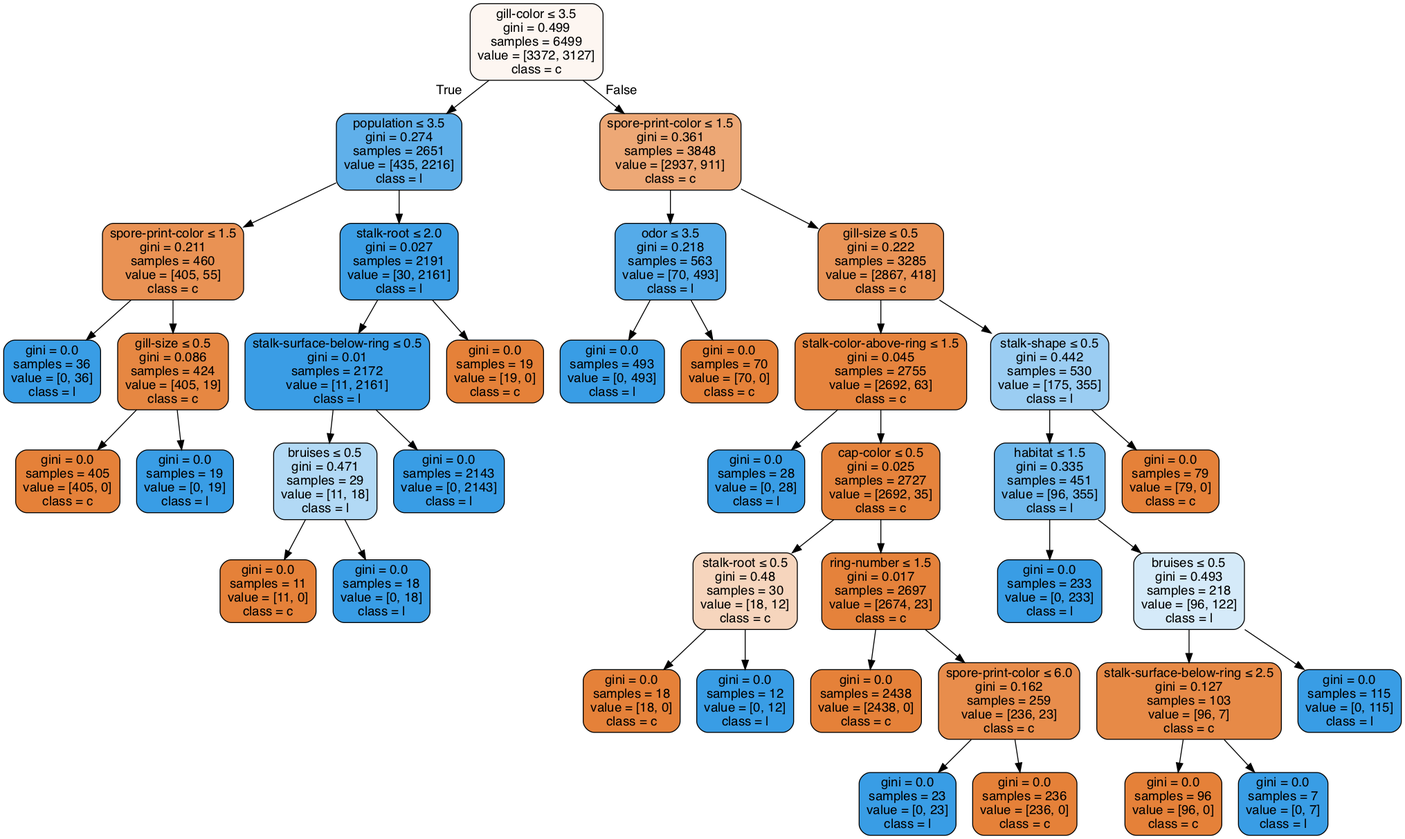
Before: Lab02/clf-max-depth-None.gv.png, a diagram exported from Graphviz (anhle199/Intro2AI-HCMUS). Its source is kept beside it as Lab02/clf-max-depth-None.gv.
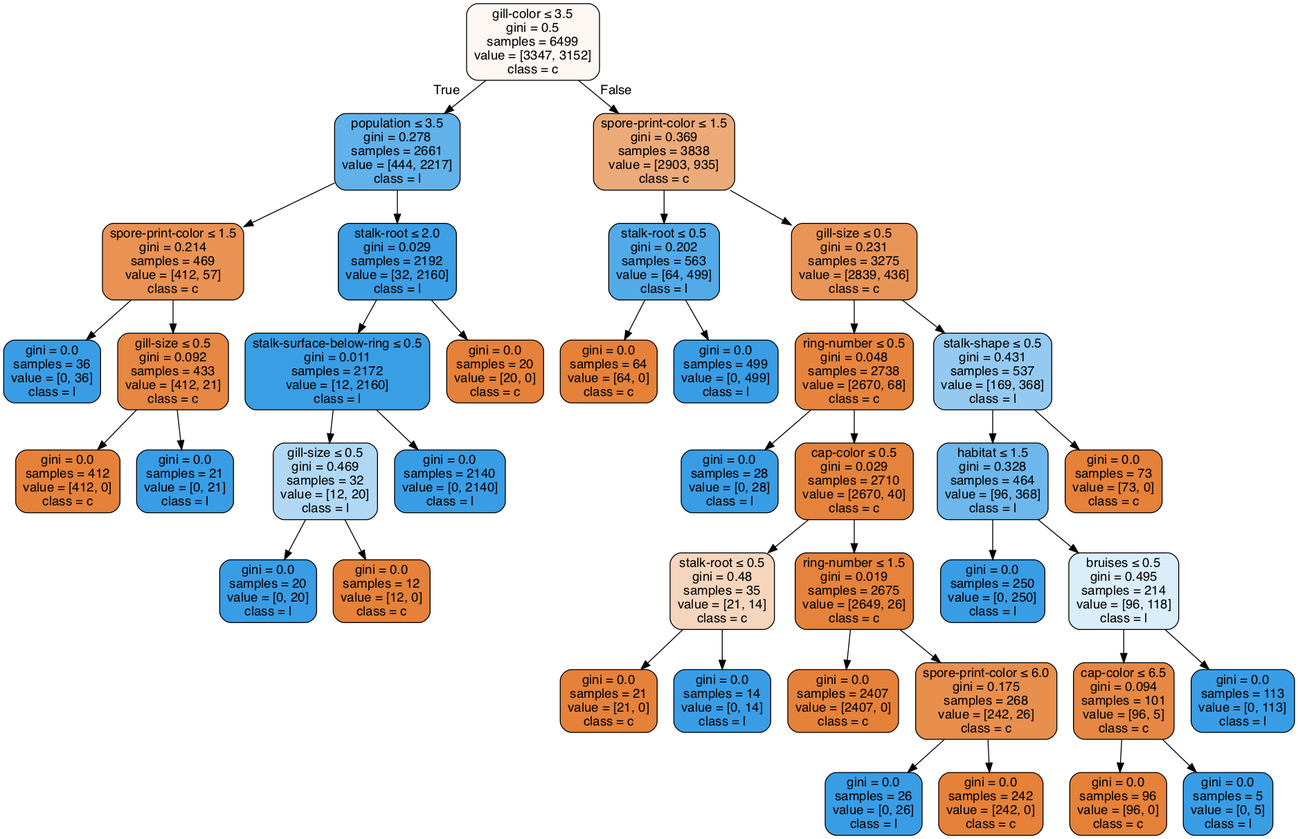
The same diagram one commit later.

What changed in the source:
```diff
@@ -1,81 +1,81 @@
 digraph Tree {
 node [shape=box, style="filled, rounded", color="black", fontname=helvetica] ;
 edge [fontname=helvetica] ;
-0 [label=<gill-color &le; 3.5<br/>gini = 0.499<br/>samples = 6499<br/>value = [3372, 3127]<br/>class = c>, fillcolor="#fdf6f1"] ;
-1 [label=<population &le; 3.5<br/>gini = 0.274<br/>samples = 2651<br/>value = [435, 2216]<br/>class = l>, fillcolor="#60b0ea"] ;
+0 [label=<gill-color &le; 3.5<br/>gini = 0.5<br/>samples = 6499<br/>value = [3347, 3152]<br/>class = c>, fillcolor="#fdf8f3"] ;
+1 [label=<population &le; 3.5<br/>gini = 0.278<br/>samples = 2661<br/>value = [444, 2217]<br/>class = l>, fillcolor="#61b1ea"] ;
 0 -> 1 [labeldistance=2.5, labelangle=45, headlabel="True"] ;
-2 [label=<spore-print-color &le; 1.5<br/>gini = 0.211<br/>samples = 460<br/>value = [405, 55]<br/>class = c>, fillcolor="#e99254"] ;
+2 [label=<spore-print-color &le; 1.5<br/>gini = 0.214<br/>samples = 469<br/>value = [412, 57]<br/>class = c>, fillcolor="#e99254"] ;
 1 -> 2 ;
 3 [label=<gini = 0.0<br/>samples = 36<br/>value = [0, 36]<br/>class = l>, fillcolor="#399de5"] ;
 2 -> 3 ;
-4 [label=<gill-size &le; 0.5<br/>gini = 0.086<br/>samples = 424<br/>value = [405, 19]<br/>class = c>, fillcolor="#e68742"] ;
+4 [label=<gill-size &le; 0.5<br/>gini = 0.092<br/>samples = 433<br/>value = [412, 21]<br/>class = c>, fillcolor="#e68743"] ;
 2 -> 4 ;
-5 [label=<gini = 0.0<br/>samples = 405<br/>value = [405, 0]<br/>class = c>, fillcolor="#e58139"] ;
+5 [label=<gini = 0.0<br/>samples = 412<br/>value = [412, 0]<br/>class = c>, fillcolor="#e58139"] ;
 4 -> 5 ;
-6 [label=<gini = 0.0<br/>samples = 19<br/>value = [0, 19]<br/>class = l>, fillcolor="#399de5"] ;
+6 [label=<gini = 0.0<br/>samples = 21<br/>value = [0, 21]<br/>class = l>, fillcolor="#399de5"] ;
 4 -> 6 ;
-7 [label=<stalk-root &le; 2.0<br/>gini = 0.027<br/>samples = 2191<br/>value = [30, 2161]<br/>class = l>, fillcolor="#3c9ee5"] ;
+7 [label=<stalk-root &le; 2.0<br/>gini = 0.029<br/>samples = 2192<br/>value = [32, 2160]<br/>class = l>, fillcolor="#3c9ee5"] ;
 1 -> 7 ;
-8 [label=<stalk-surface-below-ring &le; 0.5<br/>gini = 0.01<br/>samples = 2172<br/>value = [11, 2161]<br/>class = l>, fillcolor="#3a9de5"] ;
+8 [label=<stalk-surface-below-ring &le; 0.5<br/>gini = 0.011<br/>samples = 2172<br/>value = [12, 2160]<br/>class = l>, fillcolor="#3a9ee5"] ;
 7 -> 8 ;
-9 [label=<bruises &le; 0.5<br/>gini = 0.471<br/>samples = 29<br/>value = [11, 18]<br/>class = l>, fillcolor="#b2d9f5"] ;
+9 [label=<gill-size &le; 0.5<br/>gini = 0.469<br/>samples = 32<br/>value = [12, 20]<br/>class = l>, fillcolor="#b0d8f5"] ;
 8 -> 9 ;
-10 [label=<gini = 0.0<br/>samples = 11<br/>value = [11, 0]<br/>class = c>, fillcolor="#e58139"] ;
+10 [label=<gini = 0.0<br/>samples = 20<br/>value = [0, 20]<br/>class = l>, fillcolor="#399de5"] ;
 9 -> 10 ;
-11 [label=<gini = 0.0<br/>samples = 18<br/>value = [0, 18]<br/>class = l>, fillcolor="#399de5"] ;
+11 [label=<gini = 0.0<br/>samples = 12<br/>value = [12, 0]<br/>class = c>, fillcolor="#e58139"] ;
 9 -> 11 ;
-12 [label=<gini = 0.0<br/>samples = 2143<br/>value = [0, 2143]<br/>class = l>, fillcolor="#399de5"] ;
+12 [label=<gini = 0.0<br/>samples = 2140<br/>value = [0, 2140]<br/>class = l>, fillcolor="#399de5"] ;
 8 -> 12 ;
-13 [label=<gini = 0.0<br/>samples = 19<br/>value = [19, 0]<br/>class = c>, fillcolor="#e58139"] ;
+13 [label=<gini = 0.0<br/>samples = 20<br/>value = [20, 0]<br/>class = c>, fillcolor="#e58139"] ;
 7 -> 13 ;
-14 [label=<spore-print-color &le; 1.5<br/>gini = 0.361<br/>samples = 3848<br/>value = [2937, 911]<br/>class = c>, fillcolor="#eda876"] ;
+14 [label=<spore-print-color &le; 1.5<br/>gini = 0.369<br/>samples = 3838<br/>value = [2903, 935]<br/>class = c>, fillcolor="#edaa79"] ;
 0 -> 14 [labeldistance=2.5, labelangle=-45, headlabel="False"] ;
-15 [label=<odor &le; 3.5<br/>gini = 0.218<br/>samples = 563<br/>value = [70, 493]<br/>class = l>, fillcolor="#55abe9"] ;
+15 [label=<stalk-root &le; 0.5<br/>gini = 0.202<br/>samples = 563<br/>value = [64, 499]<br/>class = l>, fillcolor="#52aae8"] ;
 14 -> 15 ;
-16 [label=<gini = 0.0<br/>samples = 493<br/>value = [0, 493]<br/>class = l>, fillcolor="#399de5"] ;
+16 [label=<gini = 0.0<br/>samples = 64<br/>value = [64, 0]<br/>class = c>, fillcolor="#e58139"] ;
 15 -> 16 ;
-17 [label=<gini = 0.0<br/>samples = 70<br/>value = [70, 0]<br/>class = c>, fillcolor="#e58139"] ;
+17 [label=<gini = 0.0<br/>samples = 499<br/>value = [0, 499]<br/>class = l>, fillcolor="#399de5"] ;
 15 -> 17 ;
-18 [label=<gill-size &le; 0.5<br/>gini = 0.222<br/>samples = 3285<br/>value = [2867, 418]<br/>class = c>, fillcolor="#e99356"] ;
+18 [label=<gill-size &le; 0.5<br/>gini = 0.231<br/>samples = 3275<br/>value = [2839, 436]<br/>class = c>, fillcolor="#e99457"] ;
 14 -> 18 ;
-19 [label=<stalk-color-above-ring &le; 1.5<br/>gini = 0.045<br/>samples = 2755<br/>value = [2692, 63]<br/>class = c>, fillcolor="#e6843e"] ;
+19 [label=<ring-number &le; 0.5<br/>gini = 0.048<br/>samples = 2738<br/>value = [2670, 68]<br/>class = c>, fillcolor="#e6843e"] ;
 18 -> 19 ;
 20 [label=<gini = 0.0<br/>samples = 28<br/>value = [0, 28]<br/>class = l>, fillcolor="#399de5"] ;
 19 -> 20 ;
-21 [label=<cap-color &le; 0.5<br/>gini = 0.025<br/>samples = 2727<br/>value = [2692, 35]<br/>class = c>, fillcolor="#e5833c"] ;
+21 [label=<cap-color &le; 0.5<br/>gini = 0.029<br/>samples = 2710<br/>value = [2670, 40]<br/>class = c>, fillcolor="#e5833c"] ;
 19 -> 21 ;
-22 [label=<stalk-root &le; 0.5<br/>gini = 0.48<br/>samples = 30<br/>value = [18, 12]<br/>class = c>, fillcolor="#f6d5bd"] ;
+22 [label=<stalk-root &le; 0.5<br/>gini = 0.48<br/>samples = 35<br/>value = [21, 14]<br/>class = c>, fillcolor="#f6d5bd"] ;
 21 -> 22 ;
-23 [label=<gini = 0.0<br/>samples = 18<br/>value = [18, 0]<br/>class = c>, fillcolor="#e58139"] ;
+23 [label=<gini = 0.0<br/>samples = 21<br/>value = [21, 0]<br/>class = c>, fillcolor="#e58139"] ;
 22 -> 23 ;
-24 [label=<gini = 0.0<br/>samples = 12<br/>value = [0, 12]<br/>class = l>, fillcolor="#399de5"] ;
+24 [label=<gini = 0.0<br/>samples = 14<br/>value = [0, 14]<br/>class = l>, fillcolor="#399de5"] ;
 22 -> 24 ;
-25 [label=<ring-number &le; 1.5<br/>gini = 0.017<br/>samples = 2697<br/>value = [2674, 23]<br/>class = c>, fillcolor="#e5823b"] ;
+25 [label=<ring-number &le; 1.5<br/>gini = 0.019<br/>samples = 2675<br/>value = [2649, 26]<br/>class = c>, fillcolor="#e5823b"] ;
 21 -> 25 ;
-26 [label=<gini = 0.0<br/>samples = 2438<br/>value = [2438, 0]<br/>class = c>, fillcolor="#e58139"] ;
+26 [label=<gini = 0.0<br/>samples = 2407<br/>value = [2407, 0]<br/>class = c>, fillcolor="#e58139"] ;
 25 -> 26 ;
-27 [label=<spore-print-color &le; 6.0<br/>gini = 0.162<br/>samples = 259<br/>value = [236, 23]<br/>class = c>, fillcolor="#e88d4c"] ;
+27 [label=<spore-print-color &le; 6.0<br/>gini = 0.175<br/>samples = 268<br/>value = [242, 26]<br/>class = c>, fillcolor="#e88f4e"] ;
 25 -> 27 ;
-28 [label=<gini = 0.0<br/>samples = 23<br/>value = [0, 23]<br/>class = l>, fillcolor="#399de5"] ;
+28 [label=<gini = 0.0<br/>samples = 26<br/>value = [0, 26]<br/>class = l>, fillcolor="#399de5"] ;
 27 -> 28 ;
-29 [label=<gini = 0.0<br/>samples = 236<br/>value = [236, 0]<br/>class = c>, fillcolor="#e58139"] ;
+29 [label=<gini = 0.0<br/>samples = 242<br/>value = [242, 0]<br/>class = c>, fillcolor="#e58139"] ;
 27 -> 29 ;
-30 [label=<stalk-shape &le; 0.5<br/>gini = 0.442<br/>samples = 530<br/>value = [175, 355]<br/>class = l>, fillcolor="#9bcdf2"] ;
+30 [label=<stalk-shape &le; 0.5<br/>gini = 0.431<br/>samples = 537<br/>value = [169, 368]<br/>class = l>, fillcolor="#94caf1"] ;
 18 -> 30 ;
-31 [label=<habitat &le; 1.5<br/>gini = 0.335<br/>samples = 451<br/>value = [96, 355]<br/>class = l>, fillcolor="#6fb8ec"] ;
+31 [label=<habitat &le; 1.5<br/>gini = 0.328<br/>samples = 464<br/>value = [96, 368]<br/>class = l>, fillcolor="#6db7ec"] ;
 30 -> 31 ;
-32 [label=<gini = 0.0<br/>samples = 233<br/>value = [0, 233]<br/>class = l>, fillcolor="#399de5"] ;
+32 [label=<gini = 0.0<br/>samples = 250<br/>value = [0, 250]<br/>class = l>, fillcolor="#399de5"] ;
 31 -> 32 ;
-33 [label=<bruises &le; 0.5<br/>gini = 0.493<br/>samples = 218<br/>value = [96, 122]<br/>class = l>, fillcolor="#d5eaf9"] ;
+33 [label=<bruises &le; 0.5<br/>gini = 0.495<br/>samples = 214<br/>value = [96, 118]<br/>class = l>, fillcolor="#daedfa"] ;
 31 -> 33 ;
-34 [label=<stalk-surface-below-ring &le; 2.5<br/>gini = 0.127<br/>samples = 103<br/>value = [96, 7]<br/>class = c>, fillcolor="#e78a47"] ;
+34 [label=<cap-color &le; 6.5<br/>gini = 0.094<br/>samples = 101<br/>value = [96, 5]<br/>class = c>, fillcolor="#e68843"] ;
 33 -> 34 ;
 35 [label=<gini = 0.0<br/>samples = 96<br/>value = [96, 0]<br/>class = c>, fillcolor="#e58139"] ;
 34 -> 35 ;
-36 [label=<gini = 0.0<br/>samples = 7<br/>value = [0, 7]<br/>class = l>, fillcolor="#399de5"] ;
+36 [label=<gini = 0.0<br/>samples = 5<br/>value = [0, 5]<br/>class = l>, fillcolor="#399de5"] ;
 34 -> 36 ;
-37 [label=<gini = 0.0<br/>samples = 115<br/>value = [0, 115]<br/>class = l>, fillcolor="#399de5"] ;
+37 [label=<gini = 0.0<br/>samples = 113<br/>value = [0, 113]<br/>class = l>, fillcolor="#399de5"] ;
 33 -> 37 ;
-38 [label=<gini = 0.0<br/>samples = 79<br/>value = [79, 0]<br/>class = c>, fillcolor="#e58139"] ;
+38 [label=<gini = 0.0<br/>samples = 73<br/>value = [73, 0]<br/>class = c>, fillcolor="#e58139"] ;
 30 -> 38 ;
 }
```
